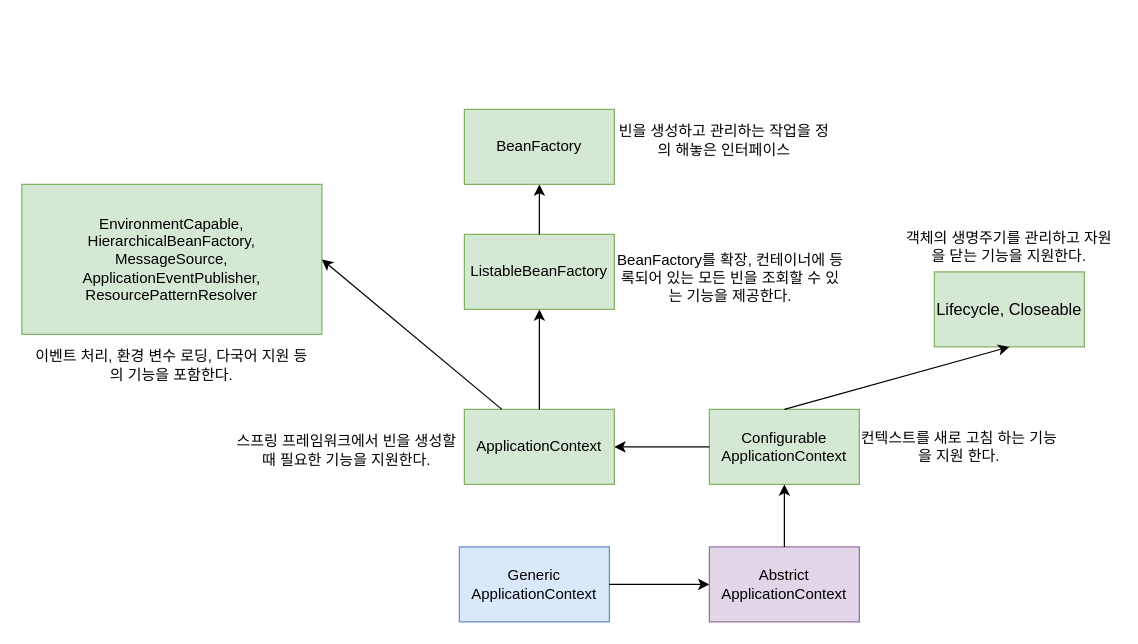
Above: ApplcationContextDiagram.drawio in kkm06100/diagrams (draw.io), before the change. Source tidied: cells renumbered, new cells numbered last; positions are measured from the earlier drawing's top-left corner, leaving out a move shared by most shapes. Both pictures are drawn from the tidied source at 125%, with x=0, y=0 at pixel (21, 109).
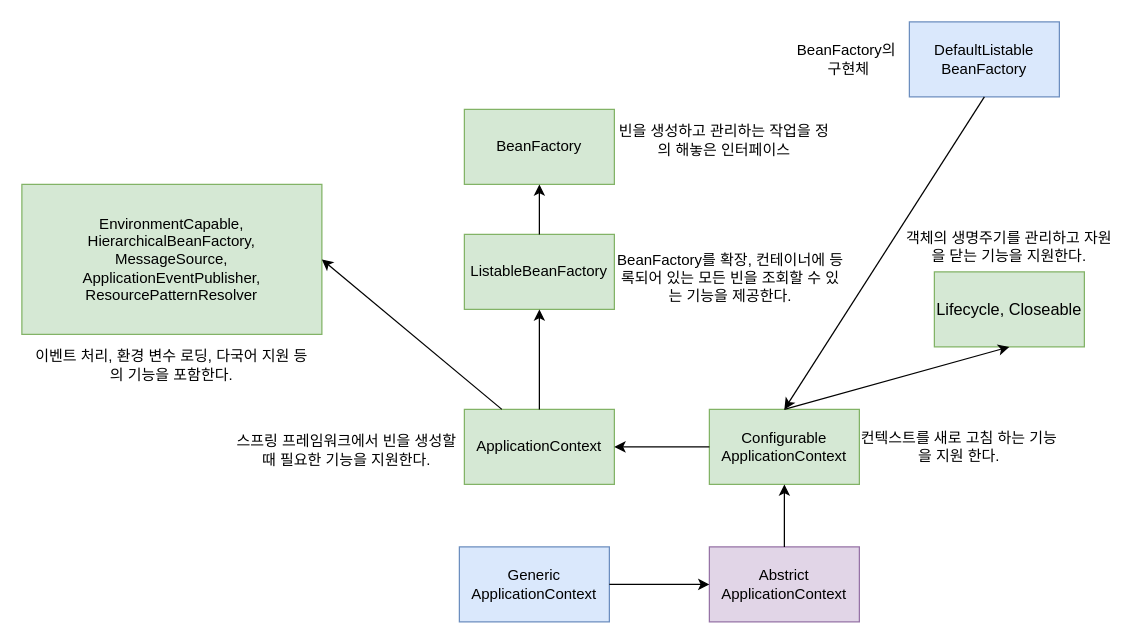
The same diagram, later.

Unchanged cells that the change refers to:
```xml
<mxCell id="10" value="Configurable&lt;br&gt;ApplicationContext" style="rounded=0;whiteSpace=wrap;html=1;fillColor=#d5e8d4;strokeColor=#82b366;" parent="1" vertex="1">
  <mxGeometry x="550" y="240" width="120" height="60" as="geometry" />
</mxCell>
```

The edit, as a diff of the source:
```diff
@@
+    <mxCell id="23" value="DefaultListable&lt;div&gt;BeanFactory&lt;/div&gt;" style="rounded=0;whiteSpace=wrap;html=1;fillColor=#dae8fc;strokeColor=#6c8ebf;" parent="1" vertex="1">
+      <mxGeometry x="710" y="-70" width="120" height="60" as="geometry" />
+    </mxCell>
+    <mxCell id="24" style="endArrow=classic;html=1;rounded=0;entryX=0.5;entryY=0;entryDx=0;entryDy=0;exitX=0.5;exitY=1;exitDx=0;exitDy=0;" parent="1" edge="1" source="23" target="10">
+      <mxGeometry relative="1" as="geometry" />
+    </mxCell>
+    <mxCell id="25" value="BeanFactory의&lt;div&gt;&amp;nbsp;구현체&lt;/div&gt;" style="text;html=1;align=center;verticalAlign=middle;whiteSpace=wrap;rounded=0;" parent="1" vertex="1">
+      <mxGeometry x="600" y="-55" width="120" height="30" as="geometry" />
+    </mxCell>
```
